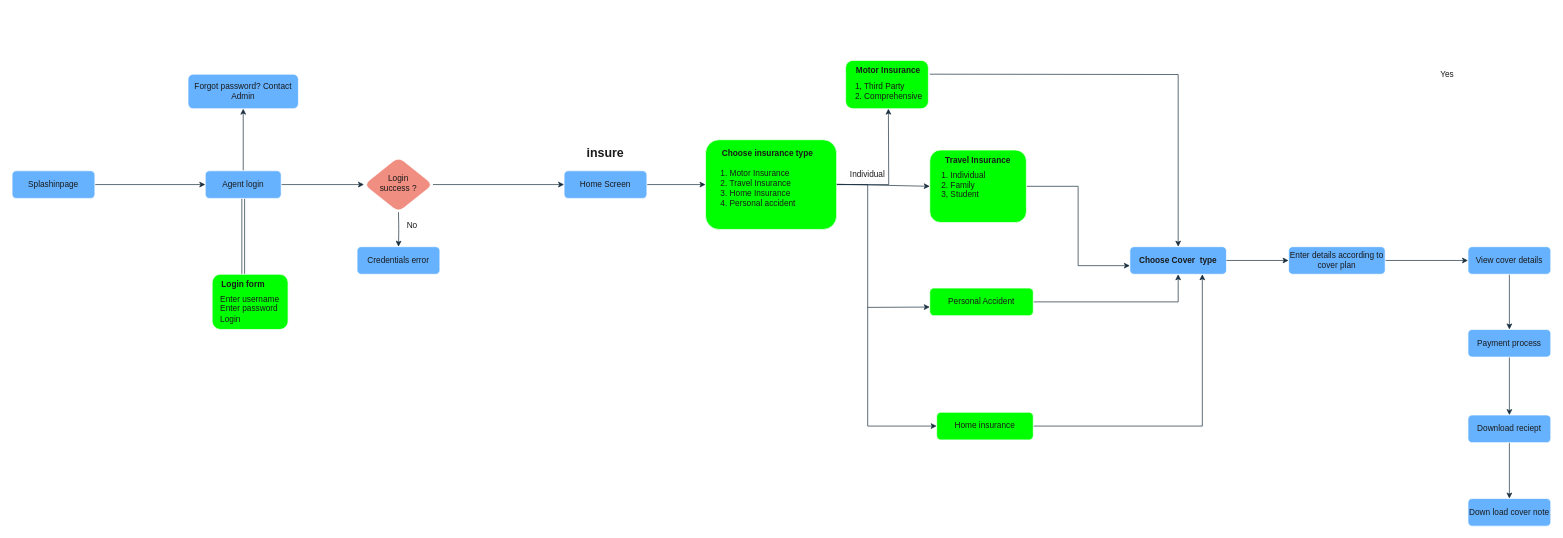
The draw.io diagram Untitled Diagram.drawio in remigius974/FlutterApps, before the edit. Source tidied: cells renumbered, new cells numbered last; positions are measured from the earlier drawing's top-left corner, leaving out a move shared by most shapes. Both pictures are drawn from the tidied source at 69%, with x=0, y=0 at pixel (12, 60).
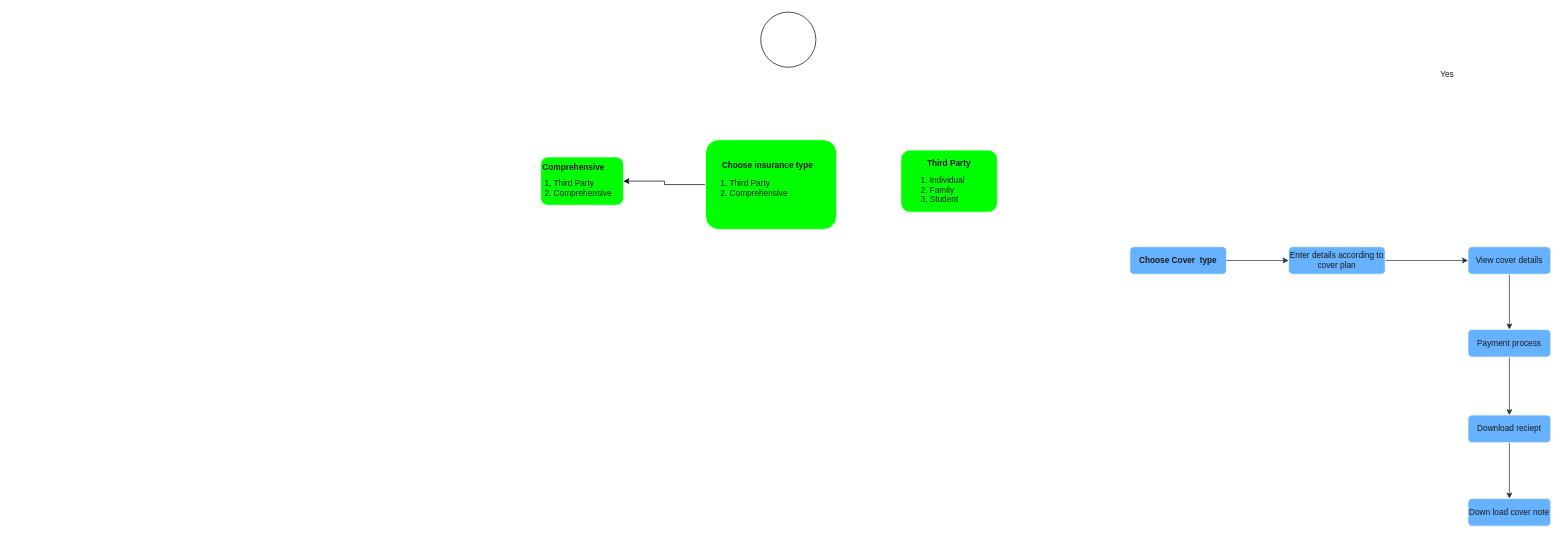
After the change.

Unchanged cells that the change refers to:
```xml
<mxCell id="15" style="rounded=1;whiteSpace=wrap;html=1;fontSize=12;glass=0;strokeWidth=1;shadow=0;labelBackgroundColor=none;fillColor=#00FF00;strokeColor=#FFFFFF;fontColor=#1A1A1A;" parent="1" vertex="1">
  <mxGeometry x="1005" y="115" width="190" height="130" as="geometry" />
</mxCell>
<mxCell id="43" style="rounded=1;whiteSpace=wrap;html=1;fillColor=#66B2FF;strokeColor=#FFFFFF;fontColor=#1A1A1A;glass=0;strokeWidth=1;shadow=0;labelBackgroundColor=none;" parent="1" vertex="1">
  <mxGeometry x="1620" y="270" width="140" height="40" as="geometry" />
</mxCell>
<mxCell id="45" value="&lt;b&gt;Choose Cover&amp;nbsp; type&lt;br&gt;&lt;/b&gt;" style="text;strokeColor=none;align=center;fillColor=none;html=1;verticalAlign=middle;whiteSpace=wrap;rounded=1;labelBackgroundColor=none;fontColor=#1A1A1A;" parent="1" vertex="1">
  <mxGeometry x="1620" y="275" width="140" height="30" as="geometry" />
</mxCell>
```

What changed in the source:
```diff
@@
-    <mxCell id="2" style="edgeStyle=orthogonalEdgeStyle;rounded=1;jettySize=auto;html=1;entryX=0;entryY=0.5;entryDx=0;entryDy=0;labelBackgroundColor=none;strokeColor=#182E3E;fontColor=default;" parent="1" edge="1" source="5" target="11">
-      <mxGeometry relative="1" as="geometry" />
-    </mxCell>
-    <mxCell id="3" style="edgeStyle=orthogonalEdgeStyle;rounded=1;jettySize=auto;html=1;shape=link;labelBackgroundColor=none;strokeColor=#182E3E;fontColor=default;" parent="1" edge="1" source="5" target="34">
-      <mxGeometry relative="1" as="geometry" />
-    </mxCell>
-    <mxCell id="4" style="edgeStyle=orthogonalEdgeStyle;rounded=1;jettySize=auto;html=1;labelBackgroundColor=none;strokeColor=#182E3E;fontColor=default;" parent="1" edge="1" source="5" target="35">
-      <mxGeometry relative="1" as="geometry" />
-    </mxCell>
-    <mxCell id="5" value="Agent login" style="rounded=1;whiteSpace=wrap;html=1;fontSize=12;glass=0;strokeWidth=1;shadow=0;labelBackgroundColor=none;fillColor=#66B2FF;strokeColor=#FFFFFF;fontColor=#1A1A1A;" parent="1" vertex="1">
-      <mxGeometry x="280" y="160" width="110" height="40" as="geometry" />
-    </mxCell>
-    <mxCell id="6" value="Credentials error" style="rounded=1;whiteSpace=wrap;html=1;fontSize=12;glass=0;strokeWidth=1;shadow=0;labelBackgroundColor=none;fillColor=#66B2FF;strokeColor=#FFFFFF;fontColor=#1A1A1A;" parent="1" vertex="1">
-      <mxGeometry x="500" y="270" width="120" height="40" as="geometry" />
-    </mxCell>
-    <mxCell id="7" style="edgeStyle=orthogonalEdgeStyle;rounded=1;jettySize=auto;html=1;labelBackgroundColor=none;strokeColor=#182E3E;fontColor=default;" parent="1" edge="1" source="8" target="15">
-      <mxGeometry relative="1" as="geometry" />
-    </mxCell>
-    <mxCell id="8" value="Home Screen" style="rounded=1;whiteSpace=wrap;html=1;fontSize=12;glass=0;strokeWidth=1;shadow=0;labelBackgroundColor=none;fillColor=#66B2FF;strokeColor=#FFFFFF;fontColor=#1A1A1A;" parent="1" vertex="1">
-      <mxGeometry x="800" y="160" width="120" height="40" as="geometry" />
-    </mxCell>
-    <mxCell id="9" style="edgeStyle=orthogonalEdgeStyle;rounded=1;jettySize=auto;html=1;labelBackgroundColor=none;strokeColor=#182E3E;fontColor=default;" parent="1" edge="1" target="6">
-      <mxGeometry relative="1" as="geometry">
-        <mxPoint x="560" y="220" as="sourcePoint" />
-      </mxGeometry>
-    </mxCell>
-    <mxCell id="10" style="edgeStyle=orthogonalEdgeStyle;rounded=0;jettySize=auto;html=1;strokeColor=#182E3E;fontColor=#1A1A1A;" parent="1" edge="1" source="11" target="8">
-      <mxGeometry relative="1" as="geometry" />
-    </mxCell>
-    <mxCell id="11" value="Login&lt;br&gt;success ?" style="rhombus;whiteSpace=wrap;html=1;shadow=0;fontFamily=Helvetica;fontSize=12;align=center;strokeWidth=1;spacing=6;spacingTop=-4;rounded=1;labelBackgroundColor=none;fillColor=#F08E81;strokeColor=#FFFFFF;fontColor=#1A1A1A;" parent="1" vertex="1">
-      <mxGeometry x="510" y="140" width="100" height="80" as="geometry" />
-    </mxCell>
@@
-    <mxCell id="13" style="edgeStyle=orthogonalEdgeStyle;rounded=0;jettySize=auto;html=1;strokeColor=#182E3E;fontColor=#1A1A1A;" parent="1" edge="1" source="15">
-      <mxGeometry relative="1" as="geometry">
-        <mxPoint x="1270" y="70" as="targetPoint" />
-      </mxGeometry>
-    </mxCell>
-    <mxCell id="14" style="edgeStyle=orthogonalEdgeStyle;rounded=0;jettySize=auto;html=1;strokeColor=#182E3E;fontColor=#1A1A1A;entryX=0;entryY=0.5;entryDx=0;entryDy=0;" parent="1" edge="1" source="15" target="21">
-      <mxGeometry relative="1" as="geometry">
-        <Array as="points">
-          <mxPoint x="1240" y="180" />
-          <mxPoint x="1240" y="530" />
-          <mxPoint x="1340" y="530" />
-        </Array>
-      </mxGeometry>
-    </mxCell>
+    <mxCell id="53" style="edgeStyle=orthogonalEdgeStyle;rounded=0;jettySize=auto;html=1;" parent="1" edge="1" source="15" target="48">
+      <mxGeometry relative="1" as="geometry" />
+    </mxCell>
@@
-    <mxCell id="16" value="No" style="text;strokeColor=none;align=center;fillColor=none;html=1;verticalAlign=middle;whiteSpace=wrap;rounded=1;labelBackgroundColor=none;fontColor=#1A1A1A;" parent="1" vertex="1">
-      <mxGeometry x="540" y="220" width="80" height="40" as="geometry" />
-    </mxCell>
-    <mxCell id="17" style="edgeStyle=orthogonalEdgeStyle;rounded=0;jettySize=auto;html=1;strokeColor=#182E3E;fontColor=#1A1A1A;entryX=0.5;entryY=0;entryDx=0;entryDy=0;" parent="1" edge="1" target="43">
-      <mxGeometry relative="1" as="geometry">
-        <mxPoint x="1330" y="20" as="sourcePoint" />
-      </mxGeometry>
-    </mxCell>
-    <mxCell id="18" style="edgeStyle=orthogonalEdgeStyle;rounded=0;jettySize=auto;html=1;strokeColor=#182E3E;fontColor=#1A1A1A;entryX=0;entryY=0.75;entryDx=0;entryDy=0;" parent="1" edge="1" source="19" target="45">
-      <mxGeometry relative="1" as="geometry" />
-    </mxCell>
     <mxCell id="19" style="rounded=1;whiteSpace=wrap;html=1;fontSize=12;glass=0;strokeWidth=1;shadow=0;labelBackgroundColor=none;fillColor=#00FF00;strokeColor=#FFFFFF;fontColor=#1A1A1A;" parent="1" vertex="1">
-      <mxGeometry x="1330" y="130" width="140" height="105" as="geometry" />
+      <mxGeometry x="1288" y="130" width="140" height="90" as="geometry" />
     </mxCell>
-    <mxCell id="20" style="edgeStyle=orthogonalEdgeStyle;rounded=0;jettySize=auto;html=1;strokeColor=#182E3E;fontColor=#1A1A1A;entryX=0.75;entryY=1;entryDx=0;entryDy=0;" parent="1" edge="1" source="21" target="43">
-      <mxGeometry relative="1" as="geometry" />
-    </mxCell>
-    <mxCell id="21" value="Home insurance" style="rounded=1;whiteSpace=wrap;html=1;fontSize=12;glass=0;strokeWidth=1;shadow=0;labelBackgroundColor=none;fillColor=#00FF00;strokeColor=#FFFFFF;fontColor=#1A1A1A;" parent="1" vertex="1">
-      <mxGeometry x="1340" y="510" width="140" height="40" as="geometry" />
-    </mxCell>
-    <mxCell id="22" value="Individual" style="text;strokeColor=none;align=center;fillColor=none;html=1;verticalAlign=middle;whiteSpace=wrap;rounded=1;labelBackgroundColor=none;fontColor=#1A1A1A;" parent="1" vertex="1">
-      <mxGeometry x="1210" y="150" width="60" height="30" as="geometry" />
-    </mxCell>
@@
-    <mxCell id="30" style="rounded=1;whiteSpace=wrap;html=1;fontSize=12;glass=0;strokeWidth=1;shadow=0;labelBackgroundColor=none;fillColor=#00FF00;strokeColor=#FFFFFF;fontColor=#1A1A1A;" parent="1" vertex="1">
-      <mxGeometry x="290" y="310" width="110" height="80" as="geometry" />
-    </mxCell>
-    <mxCell id="31" style="edgeStyle=orthogonalEdgeStyle;rounded=1;jettySize=auto;html=1;labelBackgroundColor=none;strokeColor=#182E3E;fontColor=default;" parent="1" edge="1" source="32" target="5">
-      <mxGeometry relative="1" as="geometry" />
-    </mxCell>
-    <mxCell id="32" value="Splashinpage" style="rounded=1;whiteSpace=wrap;html=1;fontSize=12;glass=0;strokeWidth=1;shadow=0;fillColor=#66B2FF;labelBackgroundColor=none;strokeColor=#FFFFFF;fontColor=#1A1A1A;" parent="1" vertex="1">
-      <mxGeometry y="160" width="120" height="40" as="geometry" />
-    </mxCell>
-    <mxCell id="33" value="&lt;div&gt;Enter username&lt;/div&gt;&lt;div&gt;Enter password&lt;/div&gt;&lt;div&gt;Login&lt;br&gt; &lt;/div&gt;" style="text;strokeColor=none;align=left;fillColor=none;html=1;verticalAlign=middle;whiteSpace=wrap;rounded=1;labelBackgroundColor=none;fontColor=#1A1A1A;" parent="1" vertex="1">
-      <mxGeometry x="300" y="335" width="120" height="50" as="geometry" />
-    </mxCell>
-    <mxCell id="34" value="&lt;b&gt;Login form&lt;/b&gt;" style="text;strokeColor=none;align=center;fillColor=none;html=1;verticalAlign=middle;whiteSpace=wrap;rounded=1;labelBackgroundColor=none;fontColor=#1A1A1A;" parent="1" vertex="1">
-      <mxGeometry x="300" y="310" width="70" height="30" as="geometry" />
-    </mxCell>
-    <mxCell id="35" value="Forgot password? Contact Admin" style="whiteSpace=wrap;html=1;rounded=1;glass=0;strokeWidth=1;shadow=0;labelBackgroundColor=none;fillColor=#66B2FF;strokeColor=#FFFFFF;fontColor=#1A1A1A;" parent="1" vertex="1">
-      <mxGeometry x="255" y="20" width="160" height="50" as="geometry" />
-    </mxCell>
-    <mxCell id="36" value="&lt;b&gt;&lt;font style=&quot;font-size: 18px;&quot;&gt;insure&lt;/font&gt;&lt;/b&gt;" style="text;strokeColor=none;align=center;fillColor=none;html=1;verticalAlign=middle;whiteSpace=wrap;rounded=1;labelBackgroundColor=none;fontColor=#1A1A1A;" parent="1" vertex="1">
-      <mxGeometry x="830" y="120" width="60" height="30" as="geometry" />
-    </mxCell>
     <mxCell id="37" value="&lt;b&gt;Choose insurance type&lt;br&gt;&lt;/b&gt;" style="text;strokeColor=none;align=center;fillColor=none;html=1;verticalAlign=middle;whiteSpace=wrap;rounded=1;labelBackgroundColor=none;fontColor=#1A1A1A;" parent="1" vertex="1">
-      <mxGeometry x="1025" y="120" width="140" height="30" as="geometry" />
+      <mxGeometry x="1025" y="137" width="140" height="30" as="geometry" />
     </mxCell>
-    <mxCell id="38" value="&lt;div&gt;1. Motor Insurance&lt;br&gt;&lt;/div&gt;&lt;div&gt;2. Travel Insurance&lt;br&gt;&lt;/div&gt;&lt;div&gt;3. Home Insurance&lt;/div&gt;&lt;div&gt;4. Personal accident&lt;br&gt; &lt;/div&gt;" style="text;strokeColor=none;align=left;fillColor=none;html=1;verticalAlign=middle;whiteSpace=wrap;rounded=1;labelBackgroundColor=none;fontColor=#1A1A1A;" parent="1" vertex="1">
+    <mxCell id="38" value="&lt;div&gt;1. Third Party&lt;br&gt;&lt;/div&gt;&lt;div&gt;2. Comprehensive&lt;br&gt;&lt;/div&gt;" style="text;strokeColor=none;align=left;fillColor=none;html=1;verticalAlign=middle;whiteSpace=wrap;rounded=1;labelBackgroundColor=none;fontColor=#1A1A1A;" parent="1" vertex="1">
       <mxGeometry x="1025" y="160" width="120" height="50" as="geometry" />
     </mxCell>
-    <mxCell id="39" style="edgeStyle=orthogonalEdgeStyle;rounded=0;jettySize=auto;html=1;strokeColor=#182E3E;fontColor=#1A1A1A;entryX=0.5;entryY=1;entryDx=0;entryDy=0;" parent="1" edge="1" source="40" target="43">
-      <mxGeometry relative="1" as="geometry" />
-    </mxCell>
-    <mxCell id="40" value="Personal Accident" style="rounded=1;whiteSpace=wrap;html=1;fontSize=12;glass=0;strokeWidth=1;shadow=0;labelBackgroundColor=none;fillColor=#00FF00;strokeColor=#FFFFFF;fontColor=#1A1A1A;" parent="1" vertex="1">
-      <mxGeometry x="1330" y="330" width="150" height="40" as="geometry" />
-    </mxCell>
-    <mxCell id="41" style="endArrow=classic;html=1;rounded=0;strokeColor=#182E3E;fontColor=#1A1A1A;entryX=0;entryY=0.5;entryDx=0;entryDy=0;" parent="1" edge="1" target="19">
-      <mxGeometry relative="1" as="geometry">
-        <mxPoint x="1195" y="179.5" as="sourcePoint" />
-      </mxGeometry>
-    </mxCell>
-    <mxCell id="42" style="endArrow=classic;html=1;rounded=0;strokeColor=#182E3E;fontColor=#1A1A1A;entryX=0;entryY=0.5;entryDx=0;entryDy=0;" parent="1" edge="1">
-      <mxGeometry relative="1" as="geometry">
-        <mxPoint x="1240" y="358" as="sourcePoint" />
-        <mxPoint x="1330" y="357.5" as="targetPoint" />
-      </mxGeometry>
-    </mxCell>
@@
-    <mxCell id="46" value="&lt;b&gt;Travel Insurance&lt;br&gt;&lt;/b&gt;" style="text;strokeColor=none;align=center;fillColor=none;html=1;verticalAlign=middle;whiteSpace=wrap;rounded=1;labelBackgroundColor=none;fontColor=#1A1A1A;" parent="1" vertex="1">
-      <mxGeometry x="1330" y="130" width="140" height="30" as="geometry" />
+    <mxCell id="46" value="&lt;b&gt;Third Party&lt;br&gt;&lt;/b&gt;" style="text;strokeColor=none;align=center;fillColor=none;html=1;verticalAlign=middle;whiteSpace=wrap;rounded=1;labelBackgroundColor=none;fontColor=#1A1A1A;" parent="1" vertex="1">
+      <mxGeometry x="1288" y="135" width="140" height="30" as="geometry" />
     </mxCell>
     <mxCell id="47" value="&lt;div&gt;1. Individual&lt;br&gt;&lt;/div&gt;&lt;div&gt;2. Family&lt;/div&gt;&lt;div&gt;3, Student&lt;br&gt;&lt;/div&gt;&lt;div&gt;&lt;br&gt;&lt;/div&gt;&lt;div&gt;&lt;br&gt; &lt;/div&gt;" style="text;strokeColor=none;align=left;fillColor=none;html=1;verticalAlign=middle;whiteSpace=wrap;rounded=1;labelBackgroundColor=none;fontColor=#1A1A1A;" parent="1" vertex="1">
-      <mxGeometry x="1345" y="170" width="120" height="50" as="geometry" />
+      <mxGeometry x="1315" y="177" width="120" height="50" as="geometry" />
     </mxCell>
     <mxCell id="48" style="rounded=1;whiteSpace=wrap;html=1;fontSize=12;glass=0;strokeWidth=1;shadow=0;labelBackgroundColor=none;fillColor=#00FF00;strokeColor=#FFFFFF;fontColor=#1A1A1A;" parent="1" vertex="1">
-      <mxGeometry x="1208" width="120" height="70" as="geometry" />
+      <mxGeometry x="766" y="140" width="120" height="70" as="geometry" />
     </mxCell>
-    <mxCell id="49" value="&lt;b&gt;Motor Insurance&lt;br&gt;&lt;/b&gt;" style="text;strokeColor=none;align=center;fillColor=none;html=1;verticalAlign=middle;whiteSpace=wrap;rounded=1;labelBackgroundColor=none;fontColor=#1A1A1A;" parent="1" vertex="1">
-      <mxGeometry x="1200" width="140" height="30" as="geometry" />
+    <mxCell id="49" value="&lt;b&gt;Comprehensive&lt;/b&gt;" style="text;strokeColor=none;align=center;fillColor=none;html=1;verticalAlign=middle;whiteSpace=wrap;rounded=1;labelBackgroundColor=none;fontColor=#1A1A1A;" parent="1" vertex="1">
+      <mxGeometry x="744" y="140" width="140" height="30" as="geometry" />
     </mxCell>
     <mxCell id="50" value="&lt;div&gt;1, Third Party&lt;/div&gt;&lt;div&gt;2. Comprehensive&lt;br&gt;&lt;/div&gt;" style="text;strokeColor=none;align=left;fillColor=none;html=1;verticalAlign=middle;whiteSpace=wrap;rounded=1;labelBackgroundColor=none;fontColor=#1A1A1A;" parent="1" vertex="1">
-      <mxGeometry x="1220" y="20" width="120" height="50" as="geometry" />
+      <mxGeometry x="770" y="160" width="110" height="50" as="geometry" />
     </mxCell>
@@
+    <mxCell id="54" style="ellipse;whiteSpace=wrap;html=1;" parent="1" vertex="1">
+      <mxGeometry x="1085" y="-70" width="80" height="80" as="geometry" />
+    </mxCell>
```
